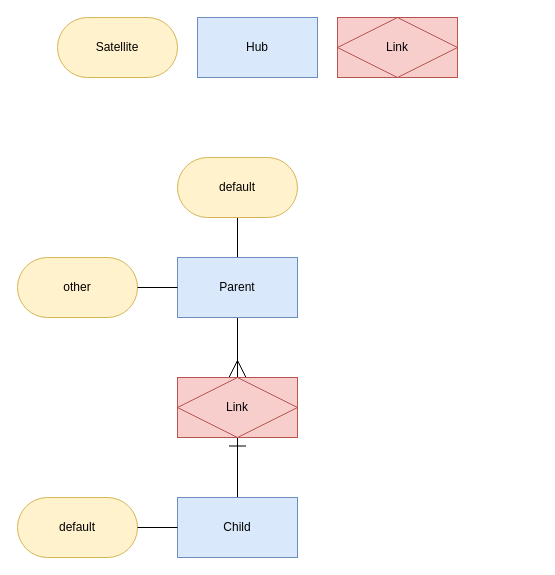
This is drawio/Ensemble2.drawio from mtruschk/btelligentELM, a draw.io file, before an edit. Source tidied: cells renumbered, new cells numbered last; positions are measured from the earlier drawing's top-left corner, leaving out a move shared by most shapes. Both pictures are drawn from the tidied source at 100%, with x=0, y=0 at pixel (17, 17).
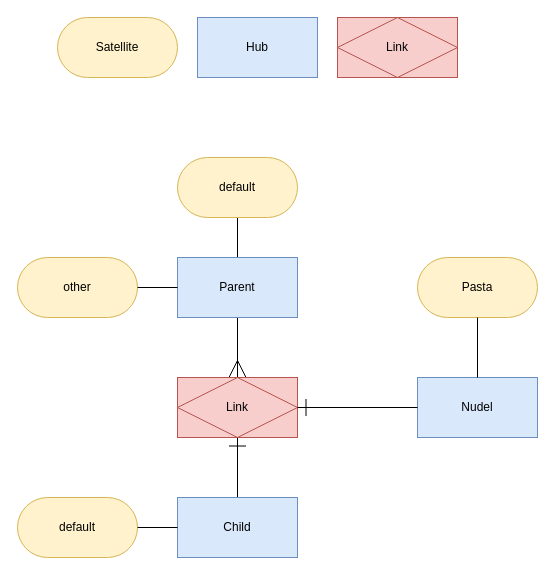
After the change.

Change to the diagram source:
```diff
@@
 <mxGraphModel>
   <root>
     <mxCell id="0" />
     <mxCell id="1" parent="0" />
     <mxCell id="2" value="Hub" style="rounded=0;whiteSpace=wrap;html=1;fillColor=#dae8fc;strokeColor=#6c8ebf;" parent="1" vertex="1">
       <mxGeometry x="180" width="120" height="60" as="geometry" />
     </mxCell>
     <mxCell id="3" value="Satellite" style="rounded=1;whiteSpace=wrap;html=1;arcSize=50;fillColor=#fff2cc;strokeColor=#d6b656;" parent="1" vertex="1">
       <mxGeometry x="40" width="120" height="60" as="geometry" />
     </mxCell>
     <mxCell id="4" value="Link" style="shape=associativeEntity;whiteSpace=wrap;html=1;align=center;fillColor=#f8cecc;strokeColor=#b85450;" parent="1" vertex="1">
       <mxGeometry x="320" width="120" height="60" as="geometry" />
     </mxCell>
     <mxCell id="5" style="endArrow=none;html=1;rounded=0;" parent="1" edge="1" source="13" target="8">
       <mxGeometry relative="1" as="geometry" />
     </mxCell>
     <mxCell id="6" style="endArrow=ERmany;html=1;rounded=0;endSize=15;endFill=0;" parent="1" edge="1" source="8" target="10">
       <mxGeometry relative="1" as="geometry" />
     </mxCell>
     <mxCell id="7" style="endArrow=ERone;html=1;rounded=0;endSize=15;endFill=0;" parent="1" edge="1" source="11" target="10">
       <mxGeometry relative="1" as="geometry" />
     </mxCell>
     <mxCell id="8" value="Parent" style="rounded=0;whiteSpace=wrap;html=1;fillColor=#dae8fc;strokeColor=#6c8ebf;" parent="1" vertex="1">
       <mxGeometry x="160" y="240" width="120" height="60" as="geometry" />
     </mxCell>
     <mxCell id="9" value="other" style="rounded=1;whiteSpace=wrap;html=1;arcSize=50;fillColor=#fff2cc;strokeColor=#d6b656;" parent="1" vertex="1">
       <mxGeometry y="240" width="120" height="60" as="geometry" />
     </mxCell>
     <mxCell id="10" value="Link" style="shape=associativeEntity;whiteSpace=wrap;html=1;align=center;fillColor=#f8cecc;strokeColor=#b85450;" parent="1" vertex="1">
       <mxGeometry x="160" y="360" width="120" height="60" as="geometry" />
     </mxCell>
     <mxCell id="11" value="Child" style="rounded=0;whiteSpace=wrap;html=1;fillColor=#dae8fc;strokeColor=#6c8ebf;" parent="1" vertex="1">
       <mxGeometry x="160" y="480" width="120" height="60" as="geometry" />
     </mxCell>
     <mxCell id="12" value="default" style="rounded=1;whiteSpace=wrap;html=1;arcSize=50;fillColor=#fff2cc;strokeColor=#d6b656;" parent="1" vertex="1">
       <mxGeometry y="480" width="120" height="60" as="geometry" />
     </mxCell>
     <mxCell id="13" value="default" style="rounded=1;whiteSpace=wrap;html=1;arcSize=50;fillColor=#fff2cc;strokeColor=#d6b656;" parent="1" vertex="1">
       <mxGeometry x="160" y="140" width="120" height="60" as="geometry" />
     </mxCell>
     <mxCell id="14" style="endArrow=none;html=1;rounded=0;" parent="1" edge="1" source="8" target="9">
       <mxGeometry relative="1" as="geometry" />
     </mxCell>
     <mxCell id="15" style="endArrow=none;html=1;rounded=0;" parent="1" edge="1" source="12" target="11">
       <mxGeometry relative="1" as="geometry" />
     </mxCell>
+    <mxCell id="16" value="Nudel" style="rounded=0;whiteSpace=wrap;html=1;fillColor=#dae8fc;strokeColor=#6c8ebf;" parent="1" vertex="1">
+      <mxGeometry x="400" y="360" width="120" height="60" as="geometry" />
+    </mxCell>
+    <mxCell id="17" value="Pasta" style="rounded=1;whiteSpace=wrap;html=1;arcSize=50;fillColor=#fff2cc;strokeColor=#d6b656;" parent="1" vertex="1">
+      <mxGeometry x="400" y="240" width="120" height="60" as="geometry" />
+    </mxCell>
+    <mxCell id="18" style="endArrow=none;html=1;rounded=0;" parent="1" edge="1" source="17" target="16">
+      <mxGeometry relative="1" as="geometry" />
+    </mxCell>
+    <mxCell id="19" style="endArrow=ERone;html=1;rounded=0;endSize=15;endFill=0;" parent="1" edge="1" source="16" target="10">
+      <mxGeometry relative="1" as="geometry" />
+    </mxCell>
   </root>
 </mxGraphModel>
```
